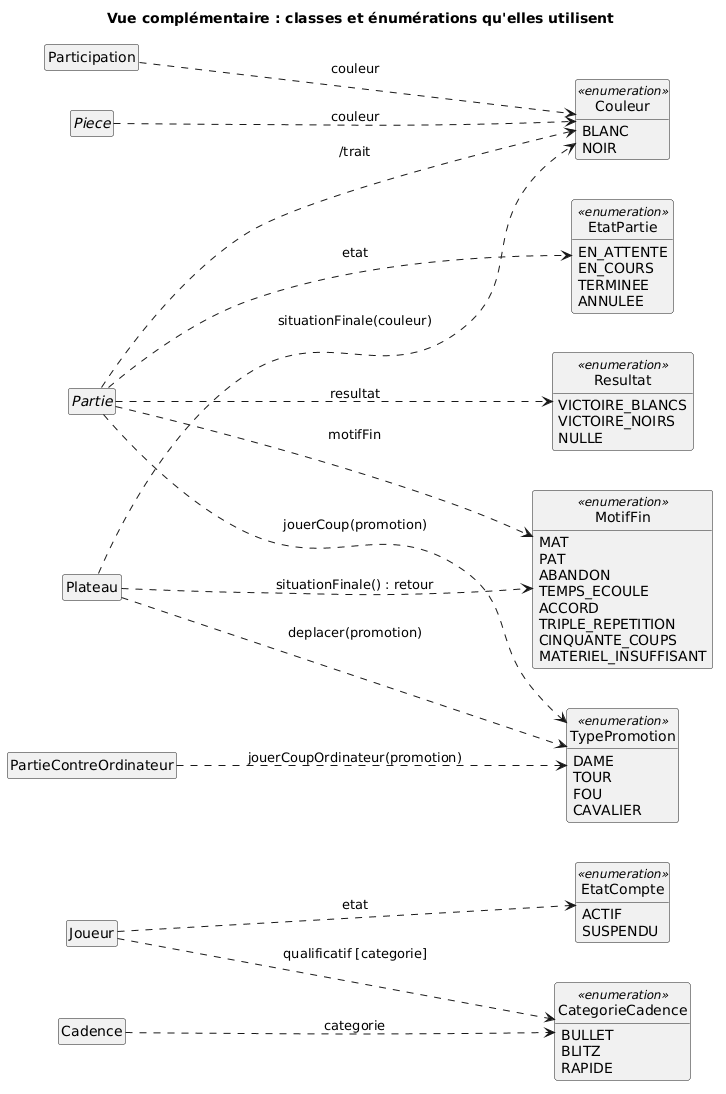
kevinBissouth/projet_echecs_tic315 keeps this PlantUML diagram as diagrams/classes-enumerations.png. Above is the earlier version.
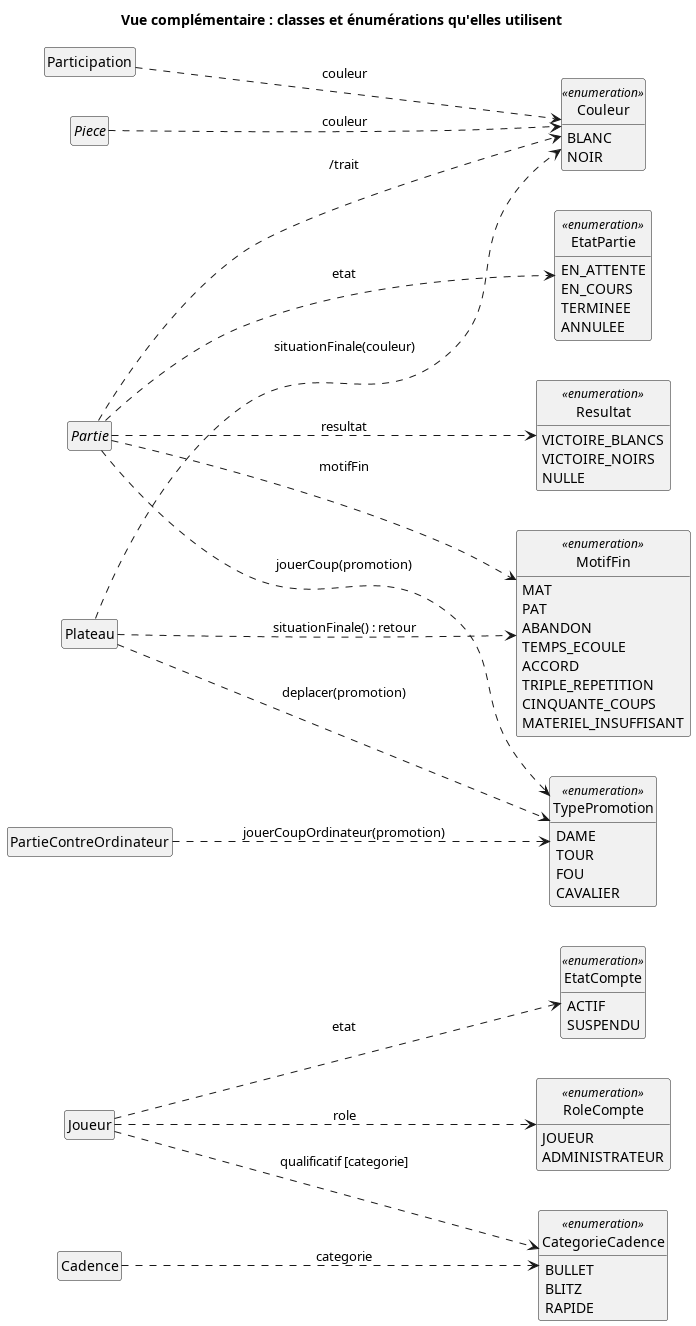
The same diagram one commit later.

What changed in the source:
```diff
@@ -1,4 +1,4 @@
-@startuml
+@startuml classes-enumerations
 
 title Vue complémentaire : classes et énumérations qu'elles utilisent
 
@@ -20,6 +20,11 @@
 enum EtatCompte <<enumeration>> {
   ACTIF
   SUSPENDU
+}
+
+enum RoleCompte <<enumeration>> {
+  JOUEUR
+  ADMINISTRATEUR
 }
 enum EtatPartie <<enumeration>> {
   EN_ATTENTE
@@ -59,6 +64,7 @@
 }
 
 Joueur ..> EtatCompte : etat
+Joueur ..> RoleCompte : role
 Joueur ..> CategorieCadence : qualificatif [categorie]
 Cadence ..> CategorieCadence : categorie
 Partie ..> EtatPartie : etat
@@ -72,4 +78,5 @@
 Plateau ..> MotifFin : situationFinale() : retour
 Plateau ..> Couleur : situationFinale(couleur)
 Plateau ..> TypePromotion : deplacer(promotion)
+
 @enduml
```
